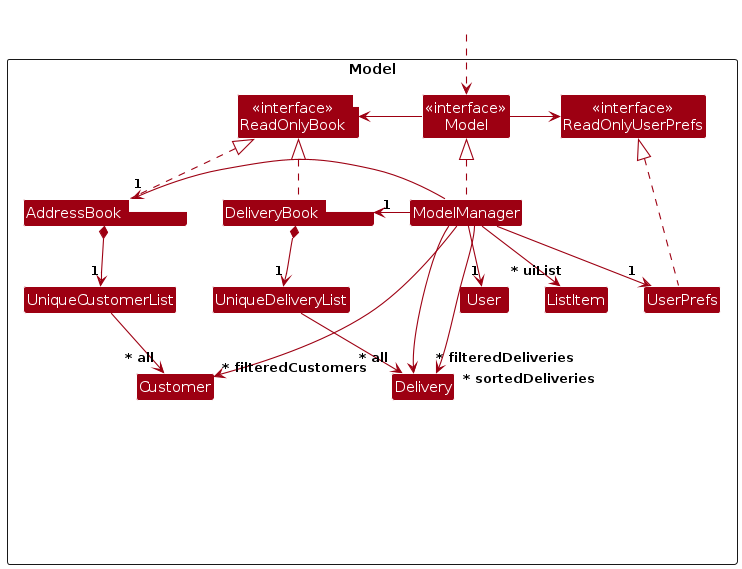
This is diagrams/ModelClassDiagram.png from zhonghan721/tp, a PlantUML export, as it was before one commit. Its source is kept beside it as diagrams/ModelClassDiagram.puml.
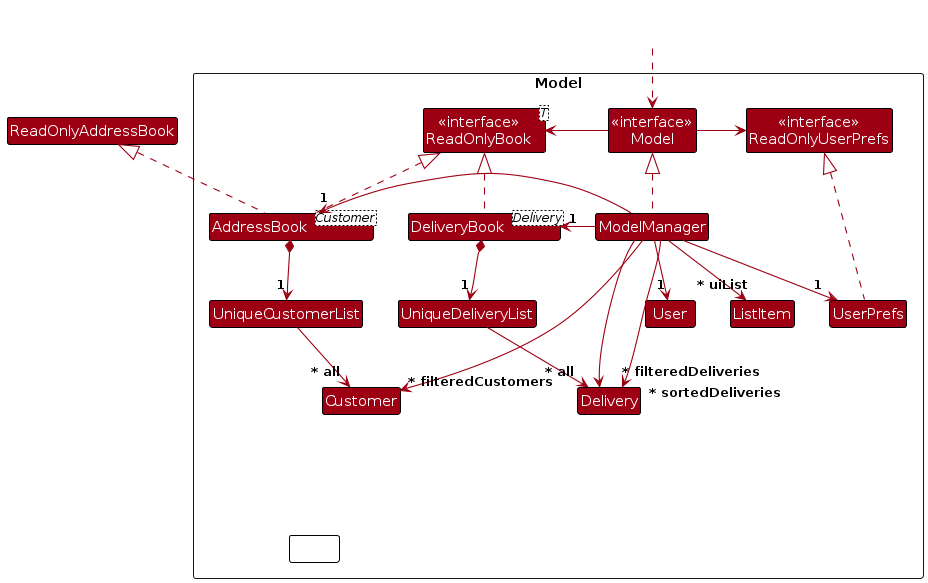
After the commit.

Diff of the diagram source:
```diff
@@ -27,8 +27,10 @@
 Class I #FFFFFF
 }
 
-Class HiddenOutside #FFFFFF
-HiddenOutside .down.> Model
+Class HiddenOutside<<HIDDEN>> #FFFFFF
+HiddenOutside ..> Model
+
+AddressBook .up.|> ReadOnlyAddressBook
 
 Model -right-> ReadOnlyUserPrefs
 Model -left-> ReadOnlyBook
```
